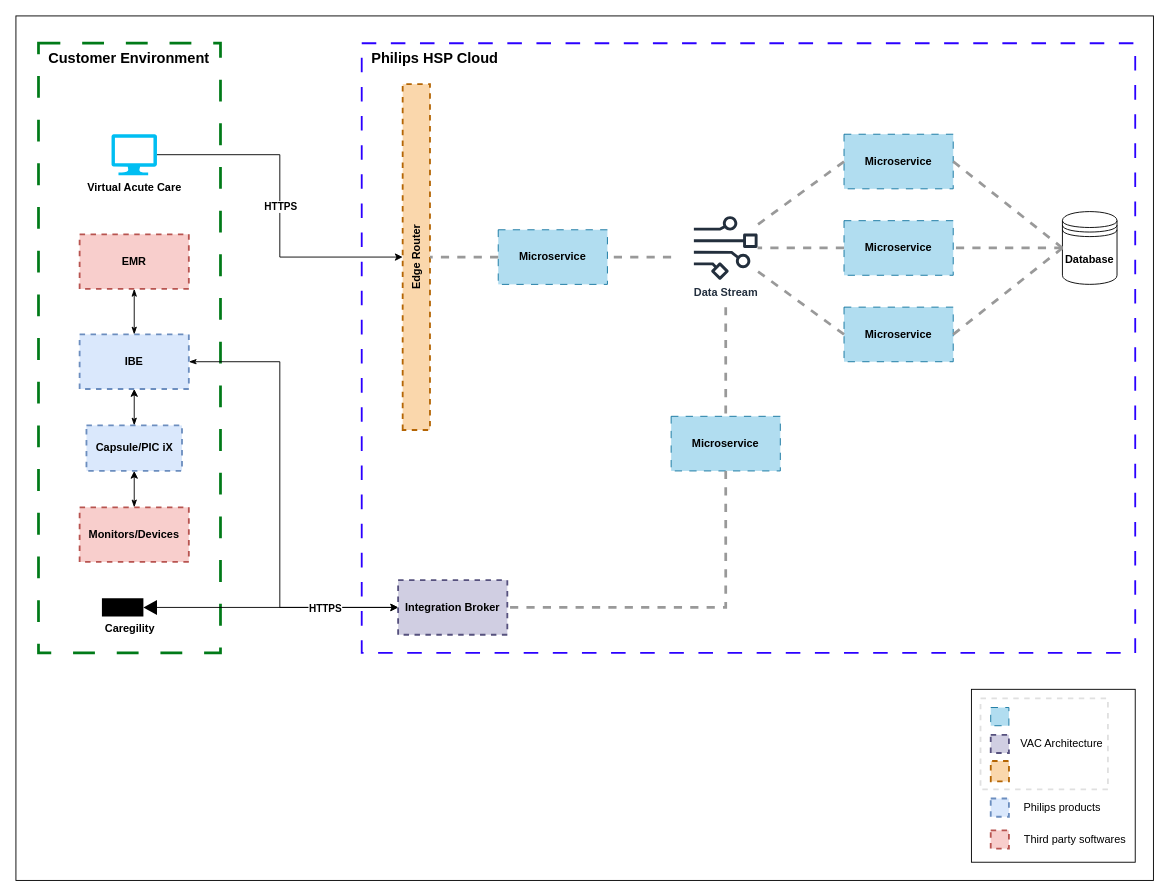
This is VAC 1.0 - Comercial Architecture view.drawio from ez-philips/draw_io_diagrams, a draw.io file, before an edit. Source tidied: cells renumbered, new cells numbered last; positions are measured from the earlier drawing's top-left corner, leaving out a move shared by most shapes. Both pictures are drawn from the tidied source at 91%, with x=0, y=0 at pixel (15, 15).
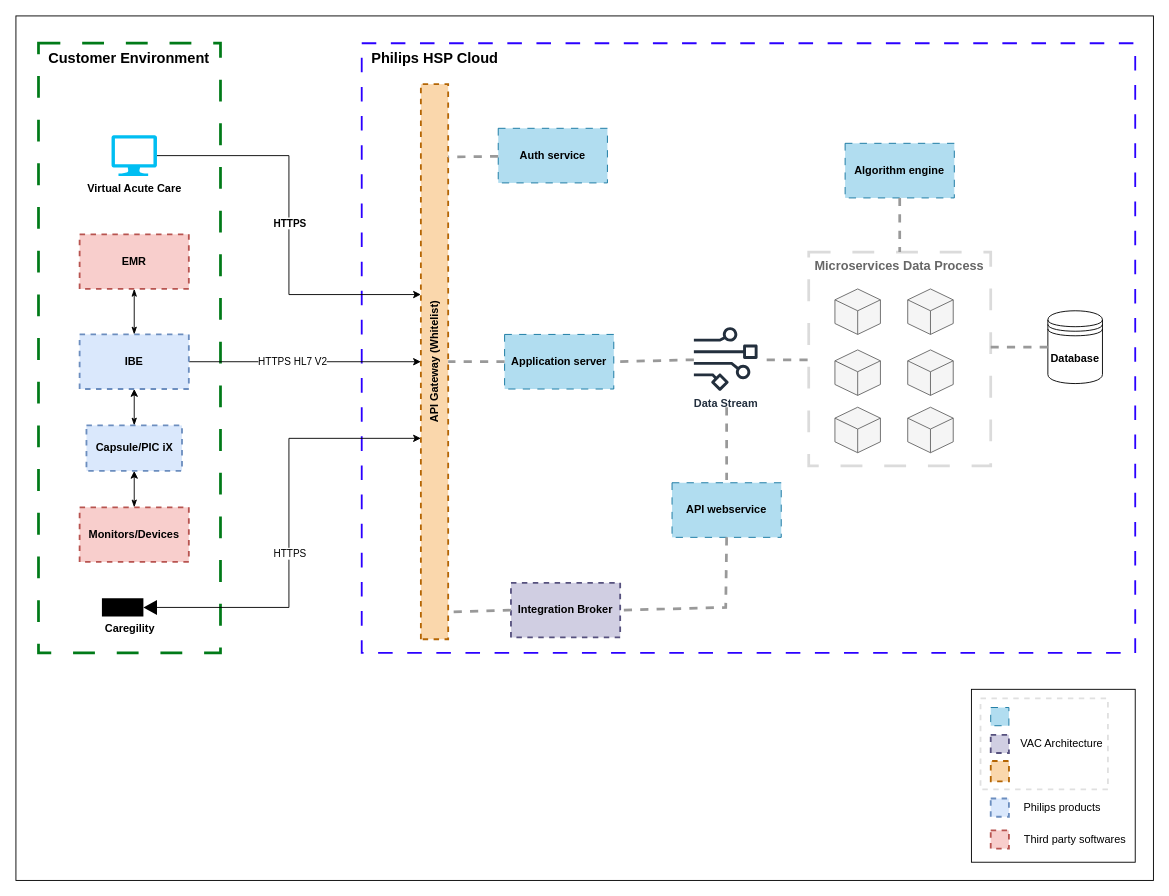
Above is the later version.

The change refers to these unchanged cells:
```xml
<mxCell id="28" value="IBE" style="rounded=0;whiteSpace=wrap;html=1;fillColor=#dae8fc;strokeColor=#6c8ebf;dashed=1;strokeWidth=2;fontStyle=1;" parent="1" vertex="1">
  <mxGeometry x="70" y="350" width="120" height="60" as="geometry" />
</mxCell>
<mxCell id="33" value="Caregility" style="shape=mxgraph.signs.tech.video_camera;html=1;fillColor=#000000;strokeColor=none;verticalLabelPosition=bottom;verticalAlign=top;align=center;fontStyle=1;" parent="1" vertex="1">
  <mxGeometry x="94.5" y="640" width="60.5" height="20" as="geometry" />
</mxCell>
```

Diff of the diagram source:
```diff
@@
     <mxCell id="7" value="&lt;b&gt;Data Stream&lt;/b&gt;" style="sketch=0;outlineConnect=0;fontColor=#232F3E;gradientColor=none;fillColor=#232F3D;strokeColor=none;dashed=0;verticalLabelPosition=bottom;verticalAlign=top;align=center;html=1;fontSize=12;fontStyle=0;shape=mxgraph.aws4.data_stream;" parent="1" vertex="1">
-      <mxGeometry x="745" y="220" width="70" height="70" as="geometry" />
+      <mxGeometry x="745" y="342" width="70" height="70" as="geometry" />
     </mxCell>
-    <mxCell id="8" value="&lt;b&gt;Microservice&lt;/b&gt;" style="rounded=0;whiteSpace=wrap;html=1;fillColor=#b1ddf0;strokeColor=#10739e;dashed=1;dashPattern=8 8;" parent="1" vertex="1">
-      <mxGeometry x="720" y="440" width="120" height="60" as="geometry" />
+    <mxCell id="8" value="&lt;b&gt;API webservice&lt;/b&gt;" style="rounded=0;whiteSpace=wrap;html=1;fillColor=#b1ddf0;strokeColor=#10739e;dashed=1;dashPattern=8 8;" parent="1" vertex="1">
+      <mxGeometry x="721" y="513" width="120" height="60" as="geometry" />
     </mxCell>
-    <mxCell id="9" value="&lt;b&gt;Microservice&lt;/b&gt;" style="rounded=0;whiteSpace=wrap;html=1;fillColor=#b1ddf0;strokeColor=#10739e;dashed=1;dashPattern=8 8;" parent="1" vertex="1">
-      <mxGeometry x="910" y="320" width="120" height="60" as="geometry" />
-    </mxCell>
-    <mxCell id="10" value="&lt;b&gt;Microservice&lt;/b&gt;" style="rounded=0;whiteSpace=wrap;html=1;fillColor=#b1ddf0;strokeColor=#10739e;dashed=1;dashPattern=8 8;" parent="1" vertex="1">
-      <mxGeometry x="530" y="235" width="120" height="60" as="geometry" />
+    <mxCell id="10" value="&lt;b&gt;Application server&lt;/b&gt;" style="rounded=0;whiteSpace=wrap;html=1;fillColor=#b1ddf0;strokeColor=#10739e;dashed=1;dashPattern=8 8;" parent="1" vertex="1">
+      <mxGeometry x="537" y="350" width="120" height="60" as="geometry" />
     </mxCell>
-    <mxCell id="11" value="&lt;b&gt;Microservice&lt;/b&gt;" style="rounded=0;whiteSpace=wrap;html=1;fillColor=#b1ddf0;strokeColor=#10739e;dashed=1;dashPattern=8 8;" parent="1" vertex="1">
-      <mxGeometry x="910" y="130" width="120" height="60" as="geometry" />
-    </mxCell>
-    <mxCell id="12" style="endArrow=none;dashed=1;html=1;rounded=0;strokeWidth=3;fillColor=#bac8d3;strokeColor=#999999;entryX=1;entryY=0.5;entryDx=0;entryDy=0;" parent="1" edge="1" target="10">
-      <mxGeometry relative="1" as="geometry">
-        <mxPoint x="720" y="265" as="sourcePoint" />
-      </mxGeometry>
+    <mxCell id="12" style="endArrow=none;dashed=1;html=1;rounded=0;strokeWidth=3;fillColor=#bac8d3;strokeColor=#999999;entryX=1;entryY=0.5;entryDx=0;entryDy=0;" parent="1" edge="1" source="7" target="10">
+      <mxGeometry relative="1" as="geometry" />
     </mxCell>
-    <mxCell id="13" style="endArrow=none;dashed=1;html=1;rounded=0;strokeWidth=3;fillColor=#bac8d3;strokeColor=#999999;exitX=0;exitY=0.5;exitDx=0;exitDy=0;" parent="1" edge="1" source="11" target="7">
-      <mxGeometry relative="1" as="geometry" />
-    </mxCell>
-    <mxCell id="14" style="endArrow=none;dashed=1;html=1;rounded=0;strokeWidth=3;fillColor=#bac8d3;strokeColor=#999999;exitX=0;exitY=0.5;exitDx=0;exitDy=0;" parent="1" edge="1" source="9" target="7">
-      <mxGeometry relative="1" as="geometry" />
-    </mxCell>
-    <mxCell id="15" style="endArrow=none;dashed=1;html=1;rounded=0;strokeWidth=3;fillColor=#bac8d3;strokeColor=#999999;entryX=0.5;entryY=0;entryDx=0;entryDy=0;" parent="1" edge="1" target="8">
+    <mxCell id="15" style="endArrow=none;dashed=1;html=1;rounded=0;strokeWidth=3;fillColor=#bac8d3;strokeColor=#999999;" parent="1" edge="1">
       <mxGeometry relative="1" as="geometry">
-        <mxPoint x="780" y="320" as="sourcePoint" />
+        <mxPoint x="781" y="430" as="sourcePoint" />
+        <mxPoint x="781" y="510" as="targetPoint" />
       </mxGeometry>
     </mxCell>
-    <mxCell id="16" style="edgeStyle=orthogonalEdgeStyle;rounded=0;jettySize=auto;html=1;entryX=0.5;entryY=0;entryDx=0;entryDy=0;" parent="1" edge="1" source="18" target="19">
+    <mxCell id="16" style="edgeStyle=orthogonalEdgeStyle;rounded=0;jettySize=auto;html=1;entryX=0.621;entryY=0;entryDx=0;entryDy=0;entryPerimeter=0;" parent="1" edge="1" source="18" target="19">
       <mxGeometry relative="1" as="geometry" />
     </mxCell>
@@
     <mxCell id="18" value="Virtual Acute Care" style="verticalLabelPosition=bottom;html=1;verticalAlign=top;align=center;strokeColor=none;fillColor=#00BEF2;shape=mxgraph.azure.computer;fontStyle=1;" parent="1" vertex="1">
-      <mxGeometry x="105" y="130" width="50" height="45" as="geometry" />
+      <mxGeometry x="105" y="131" width="50" height="45" as="geometry" />
     </mxCell>
-    <mxCell id="19" value="&lt;b&gt;Edge Router&lt;/b&gt;" style="rounded=0;whiteSpace=wrap;html=1;fillColor=#fad7ac;strokeColor=#b46504;dashed=1;strokeWidth=2;rotation=-90;" parent="1" vertex="1">
-      <mxGeometry x="250" y="250" width="380" height="30" as="geometry" />
+    <mxCell id="19" value="&lt;b&gt;API Gateway (Whitelist)&lt;/b&gt;" style="rounded=0;whiteSpace=wrap;html=1;fillColor=#fad7ac;strokeColor=#b46504;dashed=1;strokeWidth=2;rotation=-90;" parent="1" vertex="1">
+      <mxGeometry x="155" y="365" width="610" height="30" as="geometry" />
     </mxCell>
     <mxCell id="20" value="Integration Broker" style="rounded=0;whiteSpace=wrap;html=1;fillColor=#d0cee2;strokeColor=#56517e;dashed=1;strokeWidth=2;fontStyle=1;" parent="1" vertex="1">
-      <mxGeometry x="420" y="620" width="120" height="60" as="geometry" />
+      <mxGeometry x="544" y="623" width="120" height="60" as="geometry" />
     </mxCell>
@@
-    <mxCell id="23" value="&lt;b&gt;Microservice&lt;/b&gt;" style="rounded=0;whiteSpace=wrap;html=1;fillColor=#b1ddf0;strokeColor=#10739e;dashed=1;dashPattern=8 8;" parent="1" vertex="1">
-      <mxGeometry x="910" y="225" width="120" height="60" as="geometry" />
-    </mxCell>
-    <mxCell id="24" style="endArrow=none;dashed=1;html=1;rounded=0;strokeWidth=3;fillColor=#bac8d3;strokeColor=#999999;exitX=0;exitY=0.5;exitDx=0;exitDy=0;" parent="1" edge="1" source="23" target="7">
-      <mxGeometry relative="1" as="geometry" />
-    </mxCell>
@@
-    <mxCell id="26" style="edgeStyle=orthogonalEdgeStyle;rounded=0;jettySize=auto;html=1;entryX=0;entryY=0.5;entryDx=0;entryDy=0;startArrow=classicThin;startFill=1;exitX=1;exitY=0.5;exitDx=0;exitDy=0;" parent="1" edge="1" source="28" target="20">
-      <mxGeometry relative="1" as="geometry">
-        <Array as="points">
-          <mxPoint x="290" y="380" />
-          <mxPoint x="290" y="650" />
-        </Array>
-      </mxGeometry>
-    </mxCell>
@@
+    <mxCell id="48" style="edgeStyle=orthogonalEdgeStyle;rounded=0;jettySize=auto;html=1;entryX=0.5;entryY=0;entryDx=0;entryDy=0;" parent="1" edge="1" source="28" target="19">
+      <mxGeometry relative="1" as="geometry" />
+    </mxCell>
+    <mxCell id="49" value="HTTPS HL7 V2" style="edgeLabel;html=1;align=center;verticalAlign=middle;" parent="48" vertex="1">
+      <mxGeometry x="-0.11" y="1" relative="1" as="geometry" />
+    </mxCell>
@@
-    <mxCell id="31" style="edgeStyle=orthogonalEdgeStyle;rounded=0;jettySize=auto;html=1;entryX=0;entryY=0.5;entryDx=0;entryDy=0;" parent="1" edge="1" source="33" target="20">
-      <mxGeometry relative="1" as="geometry" />
-    </mxCell>
-    <mxCell id="32" value="HTTPS" style="edgeLabel;html=1;align=center;verticalAlign=middle;fontStyle=1;" parent="31" vertex="1">
-      <mxGeometry x="0.48" y="-4" relative="1" as="geometry">
-        <mxPoint x="-12" y="-4" as="offset" />
-      </mxGeometry>
-    </mxCell>
@@
     <mxCell id="34" value="Database" style="shape=datastore;whiteSpace=wrap;html=1;fontStyle=1;" parent="1" vertex="1">
-      <mxGeometry x="1150" y="215" width="60" height="80" as="geometry" />
+      <mxGeometry x="1134" y="324" width="60" height="80" as="geometry" />
     </mxCell>
-    <mxCell id="35" style="endArrow=none;dashed=1;html=1;rounded=0;strokeWidth=3;fillColor=#bac8d3;strokeColor=#999999;exitX=0;exitY=0.5;exitDx=0;exitDy=0;entryX=1;entryY=0.5;entryDx=0;entryDy=0;" parent="1" edge="1" source="34" target="11">
-      <mxGeometry relative="1" as="geometry" />
-    </mxCell>
-    <mxCell id="36" style="endArrow=none;dashed=1;html=1;rounded=0;strokeWidth=3;fillColor=#bac8d3;strokeColor=#999999;entryX=1;entryY=0.5;entryDx=0;entryDy=0;exitX=0;exitY=0.5;exitDx=0;exitDy=0;" parent="1" edge="1" source="34" target="23">
-      <mxGeometry relative="1" as="geometry" />
-    </mxCell>
-    <mxCell id="37" style="endArrow=none;dashed=1;html=1;rounded=0;strokeWidth=3;fillColor=#bac8d3;strokeColor=#999999;exitX=0;exitY=0.5;exitDx=0;exitDy=0;entryX=1;entryY=0.5;entryDx=0;entryDy=0;" parent="1" edge="1" source="34" target="9">
-      <mxGeometry relative="1" as="geometry" />
-    </mxCell>
@@
+    <mxCell id="50" style="edgeStyle=orthogonalEdgeStyle;rounded=0;jettySize=auto;html=1;entryX=0.362;entryY=0;entryDx=0;entryDy=0;entryPerimeter=0;" parent="1" edge="1" source="33" target="19">
+      <mxGeometry relative="1" as="geometry" />
+    </mxCell>
+    <mxCell id="32" value="HTTPS" style="edgeLabel;html=1;align=center;verticalAlign=middle;" parent="50" vertex="1">
+      <mxGeometry x="-0.14" relative="1" as="geometry" />
+    </mxCell>
+    <mxCell id="51" style="endArrow=none;dashed=1;html=1;rounded=0;strokeWidth=3;fillColor=#bac8d3;strokeColor=#999999;entryX=0.5;entryY=1;entryDx=0;entryDy=0;exitX=0;exitY=0.5;exitDx=0;exitDy=0;" parent="1" edge="1" source="20">
+      <mxGeometry relative="1" as="geometry">
+        <mxPoint x="475" y="655" as="targetPoint" />
+      </mxGeometry>
+    </mxCell>
+    <mxCell id="52" value="&lt;b&gt;Auth service&lt;/b&gt;" style="rounded=0;whiteSpace=wrap;html=1;fillColor=#b1ddf0;strokeColor=#10739e;dashed=1;dashPattern=8 8;" parent="1" vertex="1">
+      <mxGeometry x="530" y="123.5" width="120" height="60" as="geometry" />
+    </mxCell>
+    <mxCell id="53" style="endArrow=none;dashed=1;html=1;rounded=0;strokeWidth=3;fillColor=#bac8d3;strokeColor=#999999;entryX=0.5;entryY=1;entryDx=0;entryDy=0;" parent="1" edge="1" source="52">
+      <mxGeometry relative="1" as="geometry">
+        <mxPoint x="475" y="155" as="targetPoint" />
+      </mxGeometry>
+    </mxCell>
+    <mxCell id="54" value="Microservices Data Process" style="rounded=0;whiteSpace=wrap;html=1;dashed=1;dashPattern=8 8;strokeWidth=3;align=center;verticalAlign=top;fontStyle=1;fontSize=14;strokeColor=#DBDBDB;fontColor=#666666;" parent="1" vertex="1">
+      <mxGeometry x="871.2" y="259.5" width="200" height="235" as="geometry" />
+    </mxCell>
+    <mxCell id="55" style="endArrow=none;dashed=1;html=1;rounded=0;strokeWidth=3;fillColor=#bac8d3;strokeColor=#999999;entryX=1;entryY=0.5;entryDx=0;entryDy=0;" parent="1" edge="1">
+      <mxGeometry relative="1" as="geometry">
+        <mxPoint x="870" y="378" as="sourcePoint" />
+        <mxPoint x="820" y="378" as="targetPoint" />
+      </mxGeometry>
+    </mxCell>
+    <mxCell id="56" style="html=1;whiteSpace=wrap;shape=isoCube2;backgroundOutline=1;isoAngle=15;strokeWidth=1;perimeterSpacing=0;fillColor=#f5f5f5;fontColor=#333333;strokeColor=#666666;" parent="1" vertex="1">
+      <mxGeometry x="900" y="300" width="50" height="50" as="geometry" />
+    </mxCell>
+    <mxCell id="57" style="html=1;whiteSpace=wrap;shape=isoCube2;backgroundOutline=1;isoAngle=15;strokeWidth=1;perimeterSpacing=0;fillColor=#f5f5f5;fontColor=#333333;strokeColor=#666666;" parent="1" vertex="1">
+      <mxGeometry x="980" y="300" width="50" height="50" as="geometry" />
+    </mxCell>
+    <mxCell id="58" style="html=1;whiteSpace=wrap;shape=isoCube2;backgroundOutline=1;isoAngle=15;strokeWidth=1;perimeterSpacing=0;fillColor=#f5f5f5;fontColor=#333333;strokeColor=#666666;" parent="1" vertex="1">
+      <mxGeometry x="900" y="367" width="50" height="50" as="geometry" />
+    </mxCell>
+    <mxCell id="59" style="html=1;whiteSpace=wrap;shape=isoCube2;backgroundOutline=1;isoAngle=15;strokeWidth=1;perimeterSpacing=0;fillColor=#f5f5f5;fontColor=#333333;strokeColor=#666666;" parent="1" vertex="1">
+      <mxGeometry x="980" y="367" width="50" height="50" as="geometry" />
+    </mxCell>
+    <mxCell id="60" style="html=1;whiteSpace=wrap;shape=isoCube2;backgroundOutline=1;isoAngle=15;strokeWidth=1;perimeterSpacing=0;fillColor=#f5f5f5;fontColor=#333333;strokeColor=#666666;" parent="1" vertex="1">
+      <mxGeometry x="900" y="430" width="50" height="50" as="geometry" />
+    </mxCell>
+    <mxCell id="61" style="html=1;whiteSpace=wrap;shape=isoCube2;backgroundOutline=1;isoAngle=15;strokeWidth=1;perimeterSpacing=0;fillColor=#f5f5f5;fontColor=#333333;strokeColor=#666666;" parent="1" vertex="1">
+      <mxGeometry x="980" y="430" width="50" height="50" as="geometry" />
+    </mxCell>
+    <mxCell id="62" style="endArrow=none;dashed=1;html=1;rounded=0;strokeWidth=3;fillColor=#bac8d3;strokeColor=#999999;entryX=1;entryY=0.5;entryDx=0;entryDy=0;exitX=0;exitY=0.5;exitDx=0;exitDy=0;" parent="1" edge="1" source="34">
+      <mxGeometry relative="1" as="geometry">
+        <mxPoint x="1071.2" y="364" as="targetPoint" />
+      </mxGeometry>
+    </mxCell>
+    <mxCell id="63" value="&lt;b&gt;Algorithm engine&lt;/b&gt;" style="rounded=0;whiteSpace=wrap;html=1;fillColor=#b1ddf0;strokeColor=#10739e;dashed=1;dashPattern=8 8;" parent="1" vertex="1">
+      <mxGeometry x="911.2" y="140" width="120" height="60" as="geometry" />
+    </mxCell>
+    <mxCell id="64" style="endArrow=none;dashed=1;html=1;rounded=0;strokeWidth=3;fillColor=#bac8d3;strokeColor=#999999;entryX=0.5;entryY=0;entryDx=0;entryDy=0;exitX=0.5;exitY=1;exitDx=0;exitDy=0;" parent="1" edge="1" source="63" target="54">
+      <mxGeometry relative="1" as="geometry" />
+    </mxCell>
```
